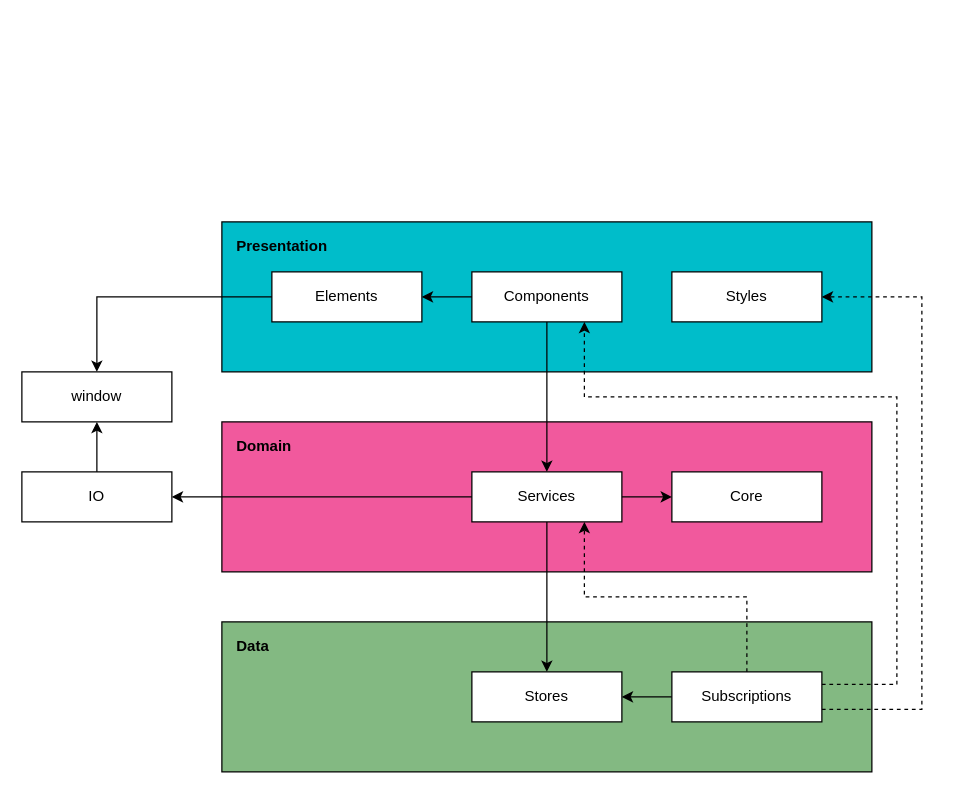
Earlier version of the draw.io diagram docs/architecture.drawio (mattriley/agile-avatars). Source tidied: cells renumbered, new cells numbered last; positions are measured from the earlier drawing's top-left corner, leaving out a move shared by most shapes. Both pictures are drawn from the tidied source at 125%, with x=0, y=0 at pixel (21, 221).
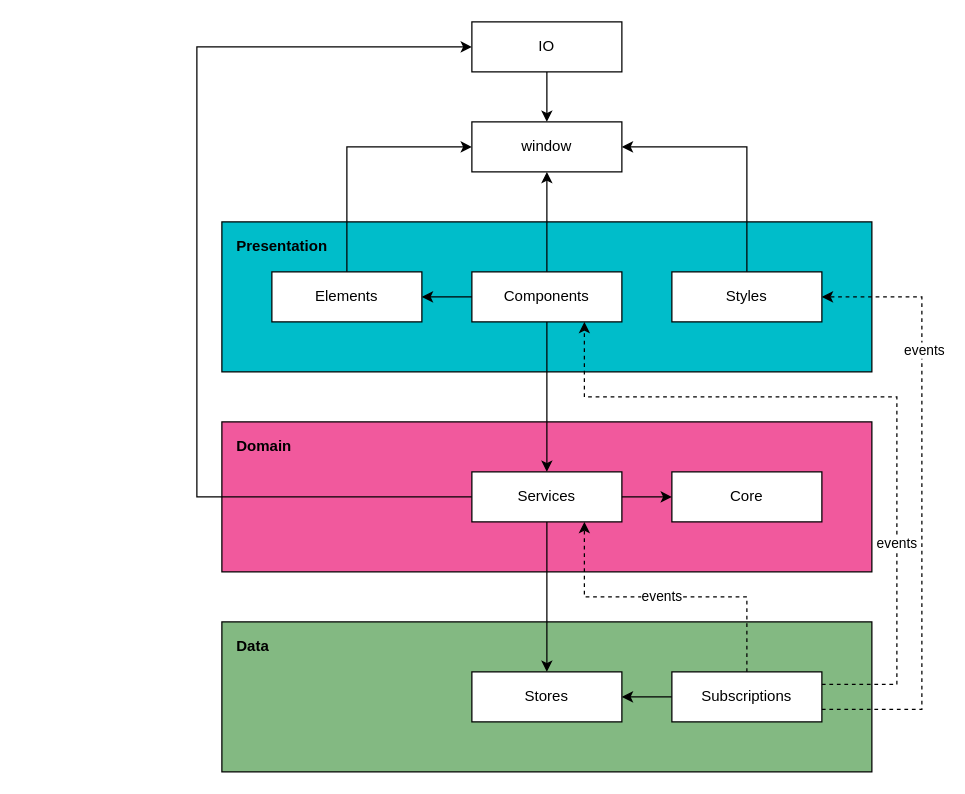
Above is the later version.

Commit message:
update architecture diagram

The change refers to these unchanged cells:
```xml
<mxCell id="5" value="Services" style="rounded=0;whiteSpace=wrap;html=1;" parent="1" vertex="1">
  <mxGeometry x="360" y="200" width="120" height="40" as="geometry" />
</mxCell>
<mxCell id="7" value="Components" style="rounded=0;whiteSpace=wrap;html=1;" parent="1" vertex="1">
  <mxGeometry x="360" y="40" width="120" height="40" as="geometry" />
</mxCell>
<mxCell id="8" value="Elements" style="rounded=0;whiteSpace=wrap;html=1;" parent="1" vertex="1">
  <mxGeometry x="200" y="40" width="120" height="40" as="geometry" />
</mxCell>
<mxCell id="13" style="edgeStyle=orthogonalEdgeStyle;rounded=0;jettySize=auto;html=1;exitX=0.5;exitY=0;exitDx=0;exitDy=0;entryX=0.75;entryY=1;entryDx=0;entryDy=0;dashed=1;" parent="1" edge="1" source="16" target="5">
  <mxGeometry relative="1" as="geometry" />
</mxCell>
<mxCell id="14" style="edgeStyle=orthogonalEdgeStyle;rounded=0;jettySize=auto;html=1;exitX=1;exitY=0.25;exitDx=0;exitDy=0;entryX=0.75;entryY=1;entryDx=0;entryDy=0;dashed=1;" parent="1" edge="1" source="16" target="7">
  <mxGeometry relative="1" as="geometry">
    <Array as="points">
      <mxPoint x="700" y="370" />
      <mxPoint x="700" y="140" />
      <mxPoint x="450" y="140" />
    </Array>
  </mxGeometry>
</mxCell>
<mxCell id="15" style="edgeStyle=orthogonalEdgeStyle;rounded=0;jettySize=auto;html=1;exitX=1;exitY=0.75;exitDx=0;exitDy=0;entryX=1;entryY=0.5;entryDx=0;entryDy=0;dashed=1;" parent="1" edge="1" source="16" target="27">
  <mxGeometry relative="1" as="geometry">
    <Array as="points">
      <mxPoint x="720" y="390" />
      <mxPoint x="720" y="60" />
    </Array>
  </mxGeometry>
</mxCell>
<mxCell id="27" value="Styles" style="rounded=0;whiteSpace=wrap;html=1;" parent="1" vertex="1">
  <mxGeometry x="520" y="40" width="120" height="40" as="geometry" />
</mxCell>
```

Change to the diagram source:
```diff
@@
+    <mxCell id="19" style="edgeStyle=orthogonalEdgeStyle;rounded=0;jettySize=auto;html=1;exitX=0;exitY=0.5;exitDx=0;exitDy=0;entryX=0;entryY=0.5;entryDx=0;entryDy=0;" parent="1" edge="1" source="5" target="18">
+      <mxGeometry relative="1" as="geometry">
+        <Array as="points">
+          <mxPoint x="140" y="220" />
+          <mxPoint x="140" y="-140" />
+        </Array>
+      </mxGeometry>
+    </mxCell>
@@
+    <mxCell id="28" style="edgeStyle=orthogonalEdgeStyle;rounded=0;jettySize=auto;html=1;exitX=0.5;exitY=0;exitDx=0;exitDy=0;entryX=0.5;entryY=1;entryDx=0;entryDy=0;" parent="1" edge="1" source="7" target="20">
+      <mxGeometry relative="1" as="geometry" />
+    </mxCell>
@@
+    <mxCell id="21" style="edgeStyle=orthogonalEdgeStyle;rounded=0;jettySize=auto;html=1;exitX=0.5;exitY=0;exitDx=0;exitDy=0;entryX=0;entryY=0.5;entryDx=0;entryDy=0;" parent="1" edge="1" source="8" target="20">
+      <mxGeometry relative="1" as="geometry" />
+    </mxCell>
@@
+    <mxCell id="29" value="events" style="edgeLabel;html=1;align=center;verticalAlign=middle;" parent="13" vertex="1">
+      <mxGeometry x="0.03" y="-1" relative="1" as="geometry" />
+    </mxCell>
@@
+    <mxCell id="30" value="events" style="edgeLabel;html=1;align=center;verticalAlign=middle;" parent="14" vertex="1">
+      <mxGeometry x="-0.42" y="1" relative="1" as="geometry" />
+    </mxCell>
@@
+    <mxCell id="31" value="events" style="edgeLabel;html=1;align=center;verticalAlign=middle;" parent="15" vertex="1">
+      <mxGeometry x="0.5" y="-1" relative="1" as="geometry" />
+    </mxCell>
@@
-    <mxCell id="17" style="edgeStyle=orthogonalEdgeStyle;rounded=0;jettySize=auto;html=1;" parent="1" edge="1" source="18" target="20">
+    <mxCell id="17" style="edgeStyle=orthogonalEdgeStyle;rounded=0;jettySize=auto;html=1;exitX=0.5;exitY=1;exitDx=0;exitDy=0;entryX=0.5;entryY=0;entryDx=0;entryDy=0;" parent="1" edge="1" source="18" target="20">
       <mxGeometry relative="1" as="geometry" />
     </mxCell>
     <mxCell id="18" value="IO" style="rounded=0;whiteSpace=wrap;html=1;" parent="1" vertex="1">
-      <mxGeometry y="200" width="120" height="40" as="geometry" />
+      <mxGeometry x="360" y="-160" width="120" height="40" as="geometry" />
     </mxCell>
-    <mxCell id="19" style="edgeStyle=orthogonalEdgeStyle;rounded=0;jettySize=auto;html=1;exitX=0;exitY=0.5;exitDx=0;exitDy=0;entryX=1;entryY=0.5;entryDx=0;entryDy=0;" parent="1" edge="1" source="5" target="18">
-      <mxGeometry relative="1" as="geometry" />
-    </mxCell>
     <mxCell id="20" value="window" style="rounded=0;whiteSpace=wrap;html=1;" parent="1" vertex="1">
-      <mxGeometry y="120" width="120" height="40" as="geometry" />
+      <mxGeometry x="360" y="-80" width="120" height="40" as="geometry" />
     </mxCell>
-    <mxCell id="21" style="edgeStyle=orthogonalEdgeStyle;rounded=0;jettySize=auto;html=1;" parent="1" edge="1" source="8" target="20">
-      <mxGeometry relative="1" as="geometry" />
-    </mxCell>
@@
+    <mxCell id="32" style="edgeStyle=orthogonalEdgeStyle;rounded=0;jettySize=auto;html=1;exitX=0.5;exitY=0;exitDx=0;exitDy=0;entryX=1;entryY=0.5;entryDx=0;entryDy=0;" parent="1" edge="1" source="27" target="20">
+      <mxGeometry relative="1" as="geometry" />
+    </mxCell>
```
